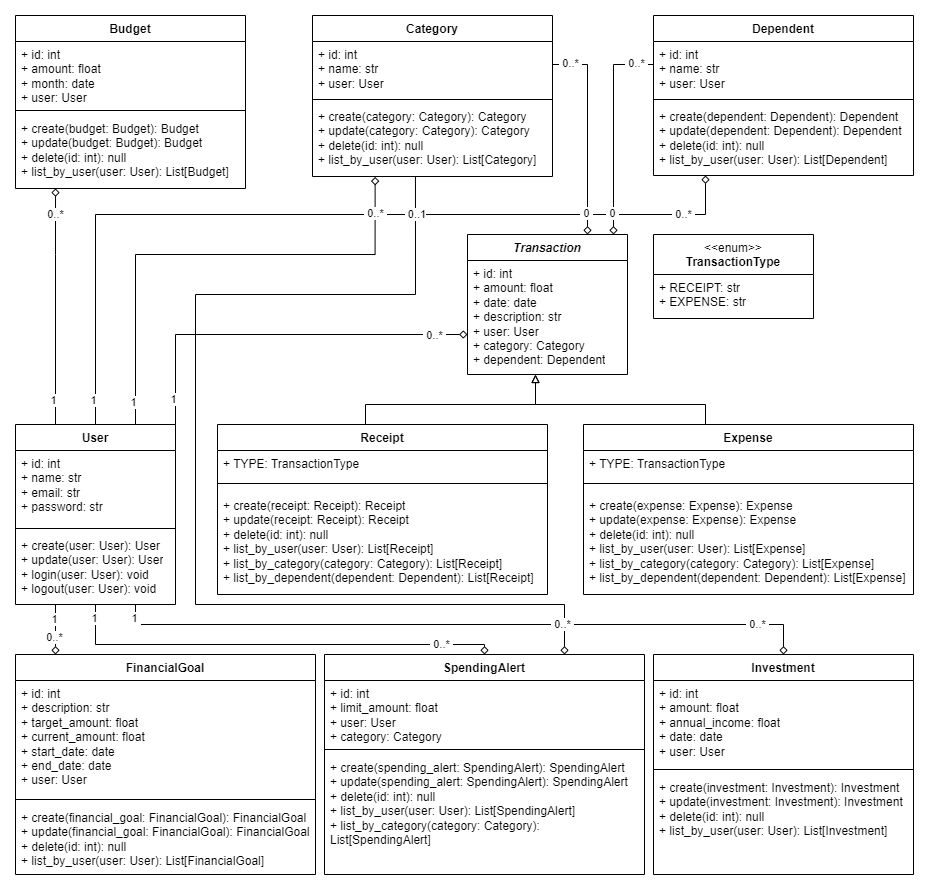
Above: docs/DomainClassDiagram.drawio.png in rafael-lacerda/my-finance (draw.io), before the change. Source tidied: cells renumbered, new cells last; positions are measured from the earlier drawing's top-left corner, leaving out a move shared by most shapes.
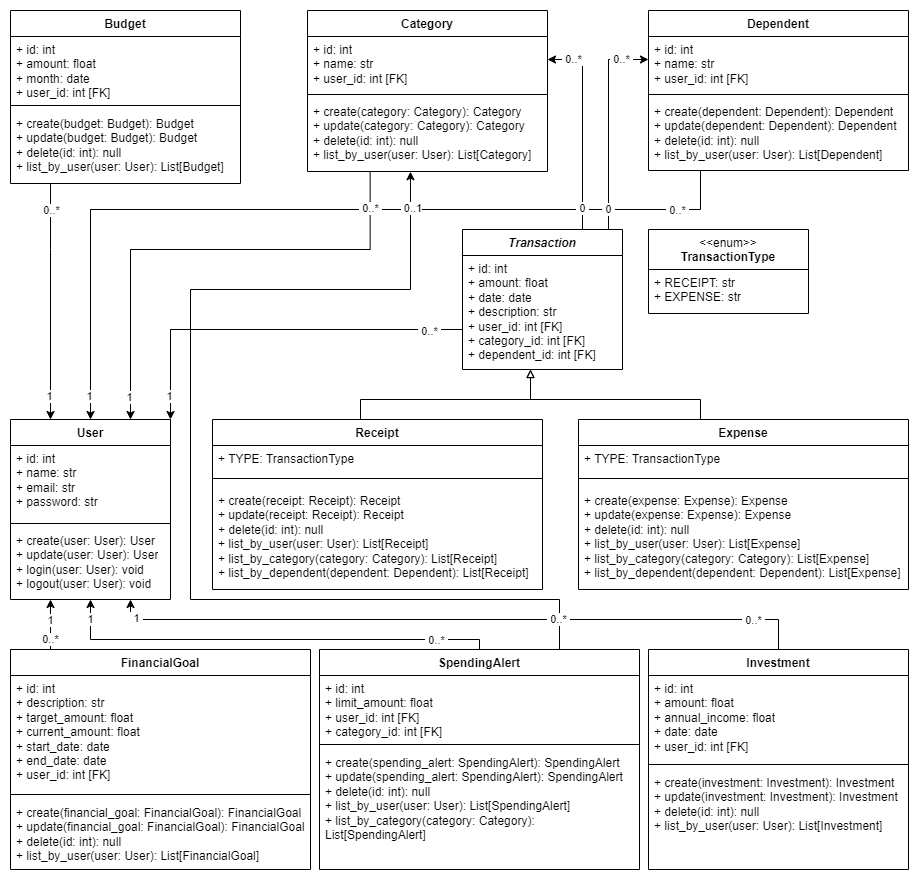
After the change.

The edit, as a diff of the source:
```diff
@@ -17,7 +17,7 @@
     <mxCell id="6" value="&lt;i&gt;Transaction&lt;/i&gt;" style="swimlane;fontStyle=1;align=center;verticalAlign=top;horizontal=1;startSize=26;whiteSpace=wrap;html=1;" parent="1" vertex="1">
       <mxGeometry x="452" y="219" width="160" height="140" as="geometry" />
     </mxCell>
-    <mxCell id="7" value="+ id: int&lt;br&gt;+ amount: float&lt;br&gt;+ date: date&lt;br&gt;+ description: str&lt;br&gt;+ user: User&lt;br&gt;+ category: Category&lt;br&gt;+ dependent: Dependent" style="text;strokeColor=none;fillColor=none;align=left;verticalAlign=top;spacingLeft=4;spacingRight=4;overflow=hidden;points=[[0,0.5],[1,0.5]];portConstraint=eastwest;whiteSpace=wrap;html=1;" parent="6" vertex="1">
+    <mxCell id="7" value="+ id: int&lt;br&gt;+ amount: float&lt;br&gt;+ date: date&lt;br&gt;+ description: str&lt;br&gt;+ user_id: int [FK]&lt;br&gt;+ category_id: int [FK]&lt;br&gt;+ dependent_id: int [FK]" style="text;strokeColor=none;fillColor=none;align=left;verticalAlign=top;spacingLeft=4;spacingRight=4;overflow=hidden;points=[[0,0.5],[1,0.5]];portConstraint=eastwest;whiteSpace=wrap;html=1;" parent="6" vertex="1">
       <mxGeometry y="26" width="160" height="114" as="geometry" />
     </mxCell>
     <mxCell id="8" style="edgeStyle=orthogonalEdgeStyle;rounded=0;jettySize=auto;html=1;endArrow=block;endFill=0;" parent="1" edge="1" source="9">
@@ -69,7 +69,7 @@
     <mxCell id="19" value="+ create(expense: Expense): Expense&lt;br&gt;+ update(expense: Expense): Expense&lt;br&gt;+ delete(id: int): null&lt;br&gt;+ list_by_user(user: User): List[Expense]&lt;br&gt;+ list_by_category(category: Category): List[Expense]&lt;br&gt;+ list_by_dependent(dependent: Dependent): List[Expense]" style="text;strokeColor=none;fillColor=none;align=left;verticalAlign=top;spacingLeft=4;spacingRight=4;overflow=hidden;whiteSpace=wrap;html=1;" parent="16" vertex="1">
       <mxGeometry y="68" width="330" height="102" as="geometry" />
     </mxCell>
-    <mxCell id="20" style="edgeStyle=orthogonalEdgeStyle;rounded=0;jettySize=auto;html=1;endArrow=diamond;endFill=0;exitX=0.5;exitY=0;exitDx=0;exitDy=0;" parent="1" edge="1" source="2" target="42">
+    <mxCell id="20" style="edgeStyle=orthogonalEdgeStyle;rounded=0;jettySize=auto;html=1;endArrow=none;endFill=0;exitX=0.5;exitY=0;exitDx=0;exitDy=0;startArrow=classic;startFill=1;" parent="1" edge="1" source="2" target="42">
       <mxGeometry relative="1" as="geometry">
         <Array as="points">
           <mxPoint x="80" y="199" />
@@ -87,7 +87,7 @@
         <mxPoint x="3" y="-3" as="offset" />
       </mxGeometry>
     </mxCell>
-    <mxCell id="23" style="edgeStyle=orthogonalEdgeStyle;rounded=0;jettySize=auto;html=1;endArrow=diamond;endFill=0;entryX=0.75;entryY=0;entryDx=0;entryDy=0;exitX=1;exitY=0.446;exitDx=0;exitDy=0;exitPerimeter=0;" parent="1" edge="1" source="27" target="6">
+    <mxCell id="23" style="edgeStyle=orthogonalEdgeStyle;rounded=0;jettySize=auto;html=1;endArrow=none;endFill=0;entryX=0.75;entryY=0;entryDx=0;entryDy=0;startArrow=classic;startFill=1;" parent="1" edge="1" source="27" target="6">
       <mxGeometry relative="1" as="geometry">
         <Array as="points">
           <mxPoint x="572" y="49" />
@@ -96,7 +96,7 @@
     </mxCell>
     <mxCell id="24" value="&amp;nbsp;0..*&amp;nbsp;" style="edgeLabel;html=1;align=center;verticalAlign=middle;" parent="23" vertex="1">
       <mxGeometry x="-0.76" relative="1" as="geometry">
-        <mxPoint x="-5" y="-1" as="offset" />
+        <mxPoint y="-1" as="offset" />
       </mxGeometry>
     </mxCell>
     <mxCell id="25" value="&amp;nbsp;0&amp;nbsp;" style="edgeLabel;html=1;align=center;verticalAlign=middle;" parent="23" vertex="1">
@@ -107,7 +107,7 @@
     <mxCell id="26" value="Category" style="swimlane;fontStyle=1;align=center;verticalAlign=top;horizontal=1;startSize=26;whiteSpace=wrap;html=1;" parent="1" vertex="1">
       <mxGeometry x="297" width="240" height="161" as="geometry" />
     </mxCell>
-    <mxCell id="27" value="+ id: int&lt;br&gt;+ name: str&lt;br&gt;+ user: User" style="text;strokeColor=none;fillColor=none;align=left;verticalAlign=top;spacingLeft=4;spacingRight=4;overflow=hidden;points=[[0,0.5],[1,0.5]];portConstraint=eastwest;whiteSpace=wrap;html=1;" parent="26" vertex="1">
+    <mxCell id="27" value="+ id: int&lt;br&gt;+ name: str&lt;br&gt;+ user_id: int [FK]" style="text;strokeColor=none;fillColor=none;align=left;verticalAlign=top;spacingLeft=4;spacingRight=4;overflow=hidden;points=[[0,0.5],[1,0.5]];portConstraint=eastwest;whiteSpace=wrap;html=1;" parent="26" vertex="1">
       <mxGeometry y="26" width="240" height="54" as="geometry" />
     </mxCell>
     <mxCell id="28" style="line;strokeWidth=1;fillColor=none;align=left;verticalAlign=middle;spacingTop=-1;spacingLeft=3;spacingRight=3;labelPosition=right;strokeColor=inherit;" parent="26" vertex="1">
@@ -116,7 +116,7 @@
     <mxCell id="29" value="+ create(category: Category): Category&lt;br&gt;+ update(category: Category): Category&lt;br&gt;+ delete(id: int): null&lt;br&gt;+ list_by_user(user: User): List[Category]" style="text;strokeColor=none;fillColor=none;align=left;verticalAlign=top;spacingLeft=4;spacingRight=4;overflow=hidden;points=[[0,0.5],[1,0.5]];portConstraint=eastwest;whiteSpace=wrap;html=1;" parent="26" vertex="1">
       <mxGeometry y="88" width="240" height="73" as="geometry" />
     </mxCell>
-    <mxCell id="30" style="edgeStyle=orthogonalEdgeStyle;rounded=0;jettySize=auto;html=1;endArrow=diamond;endFill=0;exitX=0.75;exitY=0;exitDx=0;exitDy=0;entryX=0.261;entryY=1.006;entryDx=0;entryDy=0;entryPerimeter=0;" parent="1" edge="1" source="2" target="29">
+    <mxCell id="30" style="edgeStyle=orthogonalEdgeStyle;rounded=0;jettySize=auto;html=1;endArrow=none;endFill=0;exitX=0.75;exitY=0;exitDx=0;exitDy=0;entryX=0.261;entryY=1.006;entryDx=0;entryDy=0;entryPerimeter=0;startArrow=classic;startFill=1;" parent="1" edge="1" source="2" target="29">
       <mxGeometry relative="1" as="geometry">
         <Array as="points">
           <mxPoint x="120" y="239" />
@@ -134,7 +134,7 @@
         <mxPoint x="-3" y="-1" as="offset" />
       </mxGeometry>
     </mxCell>
-    <mxCell id="33" style="edgeStyle=orthogonalEdgeStyle;rounded=0;jettySize=auto;html=1;endArrow=diamond;endFill=0;exitX=1;exitY=0;exitDx=0;exitDy=0;" parent="1" edge="1" source="2" target="7">
+    <mxCell id="33" style="edgeStyle=orthogonalEdgeStyle;rounded=0;jettySize=auto;html=1;endArrow=none;endFill=0;exitX=1;exitY=0;exitDx=0;exitDy=0;startArrow=classic;startFill=1;" parent="1" edge="1" source="2" target="7">
       <mxGeometry relative="1" as="geometry">
         <Array as="points">
           <mxPoint x="160" y="319" />
@@ -152,7 +152,7 @@
     <mxCell id="36" value="Dependent" style="swimlane;fontStyle=1;align=center;verticalAlign=top;horizontal=1;startSize=26;whiteSpace=wrap;html=1;" parent="1" vertex="1">
       <mxGeometry x="638" width="260" height="160" as="geometry" />
     </mxCell>
-    <mxCell id="37" style="edgeStyle=orthogonalEdgeStyle;rounded=0;jettySize=auto;html=1;endArrow=diamond;endFill=0;" parent="36" edge="1" source="40">
+    <mxCell id="37" style="edgeStyle=orthogonalEdgeStyle;rounded=0;jettySize=auto;html=1;endArrow=none;endFill=0;startArrow=classic;startFill=1;" parent="36" edge="1" source="40">
       <mxGeometry relative="1" as="geometry">
         <mxPoint x="-40" y="219" as="targetPoint" />
         <Array as="points">
@@ -162,7 +162,7 @@
     </mxCell>
     <mxCell id="38" value="&amp;nbsp;0..*&amp;nbsp;" style="edgeLabel;html=1;align=center;verticalAlign=middle;" parent="37" vertex="1">
       <mxGeometry x="-0.83" y="1" relative="1" as="geometry">
-        <mxPoint y="-2" as="offset" />
+        <mxPoint x="-10" y="-2" as="offset" />
       </mxGeometry>
     </mxCell>
     <mxCell id="39" value="&amp;nbsp;0&amp;nbsp;" style="edgeLabel;html=1;align=center;verticalAlign=middle;" parent="37" vertex="1">
@@ -170,7 +170,7 @@
         <mxPoint y="9" as="offset" />
       </mxGeometry>
     </mxCell>
-    <mxCell id="40" value="+ id: int&lt;br&gt;+ name: str&lt;br&gt;+ user: User" style="text;strokeColor=none;fillColor=none;align=left;verticalAlign=top;spacingLeft=4;spacingRight=4;overflow=hidden;points=[[0,0.5],[1,0.5]];portConstraint=eastwest;whiteSpace=wrap;html=1;" parent="36" vertex="1">
+    <mxCell id="40" value="+ id: int&lt;br&gt;+ name: str&lt;br&gt;+ user_id: int [FK]" style="text;strokeColor=none;fillColor=none;align=left;verticalAlign=top;spacingLeft=4;spacingRight=4;overflow=hidden;points=[[0,0.5],[1,0.5]];portConstraint=eastwest;whiteSpace=wrap;html=1;" parent="36" vertex="1">
       <mxGeometry y="26" width="260" height="54" as="geometry" />
     </mxCell>
     <mxCell id="41" style="line;strokeWidth=1;fillColor=none;align=left;verticalAlign=middle;spacingTop=-1;spacingLeft=3;spacingRight=3;labelPosition=right;strokeColor=inherit;" parent="36" vertex="1">
@@ -182,7 +182,7 @@
     <mxCell id="43" value="FinancialGoal" style="swimlane;fontStyle=1;align=center;verticalAlign=top;horizontal=1;startSize=26;whiteSpace=wrap;html=1;" parent="1" vertex="1">
       <mxGeometry y="639" width="300" height="220" as="geometry" />
     </mxCell>
-    <mxCell id="44" value="+ id: int&lt;br&gt;+ description: str&lt;br&gt;+ target_amount: float&lt;br&gt;+ current_amount: float&lt;br&gt;+ start_date: date&lt;br&gt;+ end_date: date&lt;br&gt;+ user: User" style="text;strokeColor=none;fillColor=none;align=left;verticalAlign=top;spacingLeft=4;spacingRight=4;overflow=hidden;whiteSpace=wrap;html=1;" parent="43" vertex="1">
+    <mxCell id="44" value="+ id: int&lt;br&gt;+ description: str&lt;br&gt;+ target_amount: float&lt;br&gt;+ current_amount: float&lt;br&gt;+ start_date: date&lt;br&gt;+ end_date: date&lt;br&gt;+ user_id: int [FK]" style="text;strokeColor=none;fillColor=none;align=left;verticalAlign=top;spacingLeft=4;spacingRight=4;overflow=hidden;whiteSpace=wrap;html=1;" parent="43" vertex="1">
       <mxGeometry y="26" width="300" height="114" as="geometry" />
     </mxCell>
     <mxCell id="45" style="line;strokeWidth=1;fillColor=none;align=left;verticalAlign=middle;spacingTop=-1;spacingLeft=3;spacingRight=3;labelPosition=right;strokeColor=inherit;" parent="43" vertex="1">
@@ -194,7 +194,7 @@
     <mxCell id="47" value="Budget" style="swimlane;fontStyle=1;align=center;verticalAlign=top;horizontal=1;startSize=26;whiteSpace=wrap;html=1;" parent="1" vertex="1">
       <mxGeometry width="230" height="173" as="geometry" />
     </mxCell>
-    <mxCell id="48" value="+ id: int&lt;br&gt;+ amount: float&lt;br&gt;+ month: date&lt;br&gt;+ user: User" style="text;strokeColor=none;fillColor=none;align=left;verticalAlign=top;spacingLeft=4;spacingRight=4;overflow=hidden;whiteSpace=wrap;html=1;" parent="47" vertex="1">
+    <mxCell id="48" value="+ id: int&lt;br&gt;+ amount: float&lt;br&gt;+ month: date&lt;br&gt;+ user_id: int [FK]" style="text;strokeColor=none;fillColor=none;align=left;verticalAlign=top;spacingLeft=4;spacingRight=4;overflow=hidden;whiteSpace=wrap;html=1;" parent="47" vertex="1">
       <mxGeometry y="26" width="230" height="64" as="geometry" />
     </mxCell>
     <mxCell id="49" style="line;strokeWidth=1;fillColor=none;align=left;verticalAlign=middle;spacingTop=-1;spacingLeft=3;spacingRight=3;labelPosition=right;strokeColor=inherit;" parent="47" vertex="1">
@@ -206,7 +206,7 @@
     <mxCell id="51" value="Investment" style="swimlane;fontStyle=1;align=center;verticalAlign=top;horizontal=1;startSize=26;whiteSpace=wrap;html=1;" parent="1" vertex="1">
       <mxGeometry x="638" y="639" width="260" height="220" as="geometry" />
     </mxCell>
-    <mxCell id="52" value="+ id: int&lt;br&gt;+ amount: float&lt;br&gt;+ annual_income: float&lt;br&gt;+ date: date&lt;br&gt;+ user: User" style="text;strokeColor=none;fillColor=none;align=left;verticalAlign=top;spacingLeft=4;spacingRight=4;overflow=hidden;whiteSpace=wrap;html=1;" parent="51" vertex="1">
+    <mxCell id="52" value="+ id: int&lt;br&gt;+ amount: float&lt;br&gt;+ annual_income: float&lt;br&gt;+ date: date&lt;br&gt;+ user_id: int [FK]" style="text;strokeColor=none;fillColor=none;align=left;verticalAlign=top;spacingLeft=4;spacingRight=4;overflow=hidden;whiteSpace=wrap;html=1;" parent="51" vertex="1">
       <mxGeometry y="26" width="260" height="84" as="geometry" />
     </mxCell>
     <mxCell id="53" style="line;strokeWidth=1;fillColor=none;align=left;verticalAlign=middle;spacingTop=-1;spacingLeft=3;spacingRight=3;labelPosition=right;strokeColor=inherit;" parent="51" vertex="1">
@@ -218,7 +218,7 @@
     <mxCell id="55" value="SpendingAlert" style="swimlane;fontStyle=1;align=center;verticalAlign=top;horizontal=1;startSize=26;whiteSpace=wrap;html=1;" parent="1" vertex="1">
       <mxGeometry x="309" y="639" width="320" height="220" as="geometry" />
     </mxCell>
-    <mxCell id="56" value="+ id: int&lt;br&gt;+ limit_amount: float&lt;br&gt;+ user: User&lt;br&gt;+ category: Category" style="text;strokeColor=none;fillColor=none;align=left;verticalAlign=top;spacingLeft=4;spacingRight=4;overflow=hidden;whiteSpace=wrap;html=1;" parent="55" vertex="1">
+    <mxCell id="56" value="+ id: int&lt;br&gt;+ limit_amount: float&lt;br&gt;+ user_id: int [FK]&lt;br&gt;+ category_id: int [FK]" style="text;strokeColor=none;fillColor=none;align=left;verticalAlign=top;spacingLeft=4;spacingRight=4;overflow=hidden;whiteSpace=wrap;html=1;" parent="55" vertex="1">
       <mxGeometry y="26" width="320" height="64" as="geometry" />
     </mxCell>
     <mxCell id="57" style="line;strokeWidth=1;fillColor=none;align=left;verticalAlign=middle;spacingTop=-1;spacingLeft=3;spacingRight=3;labelPosition=right;strokeColor=inherit;" parent="55" vertex="1">
@@ -227,7 +227,7 @@
     <mxCell id="58" value="+ create(spending_alert:&amp;nbsp;SpendingAlert):&amp;nbsp;SpendingAlert&lt;br&gt;+ update(spending_alert:&amp;nbsp;SpendingAlert):&amp;nbsp;SpendingAlert&lt;br&gt;+ delete(id: int): null&lt;br&gt;+ list_by_user(user: User): List[SpendingAlert]&lt;br&gt;+ list_by_category(category: Category): List[SpendingAlert]" style="text;strokeColor=none;fillColor=none;align=left;verticalAlign=top;spacingLeft=4;spacingRight=4;overflow=hidden;whiteSpace=wrap;html=1;" parent="55" vertex="1">
       <mxGeometry y="100" width="320" height="120" as="geometry" />
     </mxCell>
-    <mxCell id="59" style="edgeStyle=orthogonalEdgeStyle;rounded=0;jettySize=auto;html=1;entryX=0.174;entryY=0.999;entryDx=0;entryDy=0;entryPerimeter=0;endArrow=diamond;endFill=0;exitX=0.25;exitY=0;exitDx=0;exitDy=0;" parent="1" edge="1" source="2" target="50">
+    <mxCell id="59" style="edgeStyle=orthogonalEdgeStyle;rounded=0;jettySize=auto;html=1;entryX=0.174;entryY=0.999;entryDx=0;entryDy=0;entryPerimeter=0;endArrow=none;endFill=0;exitX=0.25;exitY=0;exitDx=0;exitDy=0;startArrow=classic;startFill=1;" parent="1" edge="1" source="2" target="50">
       <mxGeometry relative="1" as="geometry">
         <Array as="points">
           <mxPoint x="40" y="239" />
@@ -245,7 +245,7 @@
         <mxPoint x="-3" y="8" as="offset" />
       </mxGeometry>
     </mxCell>
-    <mxCell id="62" style="edgeStyle=orthogonalEdgeStyle;rounded=0;orthogonalLoop=1;jettySize=auto;html=1;endArrow=diamond;endFill=0;" parent="1" edge="1">
+    <mxCell id="62" style="edgeStyle=orthogonalEdgeStyle;rounded=0;orthogonalLoop=1;jettySize=auto;html=1;endArrow=none;endFill=0;startArrow=classic;startFill=1;" parent="1" edge="1">
       <mxGeometry relative="1" as="geometry">
         <mxPoint x="40" y="589" as="sourcePoint" />
         <mxPoint x="40" y="639" as="targetPoint" />
@@ -257,15 +257,15 @@
     </mxCell>
     <mxCell id="63" value="&amp;nbsp;1&amp;nbsp;" style="edgeLabel;html=1;align=center;verticalAlign=middle;" parent="62" vertex="1">
       <mxGeometry x="-0.88" y="2" relative="1" as="geometry">
-        <mxPoint x="-3" y="11" as="offset" />
+        <mxPoint x="-3" y="17" as="offset" />
       </mxGeometry>
     </mxCell>
     <mxCell id="64" value="&amp;nbsp;0..*&amp;nbsp;" style="edgeLabel;html=1;align=center;verticalAlign=middle;" parent="62" vertex="1">
       <mxGeometry x="0.82" y="-1" relative="1" as="geometry">
-        <mxPoint y="-13" as="offset" />
+        <mxPoint y="-6" as="offset" />
       </mxGeometry>
     </mxCell>
-    <mxCell id="65" style="edgeStyle=orthogonalEdgeStyle;rounded=0;jettySize=auto;html=1;entryX=0.5;entryY=0;entryDx=0;entryDy=0;endArrow=diamond;endFill=0;exitX=0.75;exitY=1;exitDx=0;exitDy=0;exitPerimeter=0;" parent="1" edge="1" source="5" target="51">
+    <mxCell id="65" style="edgeStyle=orthogonalEdgeStyle;rounded=0;jettySize=auto;html=1;entryX=0.5;entryY=0;entryDx=0;entryDy=0;endArrow=none;endFill=0;exitX=0.75;exitY=1;exitDx=0;exitDy=0;exitPerimeter=0;startArrow=classic;startFill=1;" parent="1" edge="1" source="5" target="51">
       <mxGeometry relative="1" as="geometry">
         <Array as="points">
           <mxPoint x="120" y="609" />
@@ -275,7 +275,7 @@
     </mxCell>
     <mxCell id="66" value="&amp;nbsp;1&amp;nbsp;" style="edgeLabel;html=1;align=center;verticalAlign=middle;" parent="65" vertex="1">
       <mxGeometry x="-0.91" y="1" relative="1" as="geometry">
-        <mxPoint x="-12" y="-5" as="offset" />
+        <mxPoint x="-7" y="-1" as="offset" />
       </mxGeometry>
     </mxCell>
     <mxCell id="67" value="&amp;nbsp;0..*&amp;nbsp;" style="edgeLabel;html=1;align=center;verticalAlign=middle;" parent="65" vertex="1">
@@ -283,7 +283,7 @@
         <mxPoint x="-3" y="-3" as="offset" />
       </mxGeometry>
     </mxCell>
-    <mxCell id="68" style="edgeStyle=orthogonalEdgeStyle;rounded=0;jettySize=auto;html=1;endArrow=none;endFill=0;exitX=0.75;exitY=0;exitDx=0;exitDy=0;startArrow=diamond;startFill=0;entryX=0.429;entryY=1.003;entryDx=0;entryDy=0;entryPerimeter=0;" parent="1" edge="1" source="55" target="29">
+    <mxCell id="68" style="edgeStyle=orthogonalEdgeStyle;rounded=0;jettySize=auto;html=1;endArrow=classic;endFill=1;exitX=0.75;exitY=0;exitDx=0;exitDy=0;startArrow=none;startFill=0;entryX=0.429;entryY=1.003;entryDx=0;entryDy=0;entryPerimeter=0;" parent="1" edge="1" source="55" target="29">
       <mxGeometry relative="1" as="geometry">
         <Array as="points">
           <mxPoint x="549" y="589" />
@@ -303,7 +303,7 @@
         <mxPoint x="-3" y="-44" as="offset" />
       </mxGeometry>
     </mxCell>
-    <mxCell id="71" style="edgeStyle=orthogonalEdgeStyle;rounded=0;jettySize=auto;html=1;entryX=0.5;entryY=0;entryDx=0;entryDy=0;endArrow=diamond;endFill=0;" parent="1" edge="1" target="55">
+    <mxCell id="71" style="edgeStyle=orthogonalEdgeStyle;rounded=0;jettySize=auto;html=1;entryX=0.5;entryY=0;entryDx=0;entryDy=0;endArrow=none;endFill=0;startArrow=classic;startFill=1;" parent="1" edge="1" target="55">
       <mxGeometry relative="1" as="geometry">
         <mxPoint x="80" y="589" as="sourcePoint" />
         <Array as="points">
@@ -315,7 +315,7 @@
     </mxCell>
     <mxCell id="72" value="&amp;nbsp;1&amp;nbsp;" style="edgeLabel;html=1;align=center;verticalAlign=middle;" parent="71" vertex="1">
       <mxGeometry x="-0.91" y="1" relative="1" as="geometry">
-        <mxPoint x="-2" y="-6" as="offset" />
+        <mxPoint x="-2" y="-1" as="offset" />
       </mxGeometry>
     </mxCell>
     <mxCell id="73" value="&amp;nbsp;0..*&amp;nbsp;" style="edgeLabel;html=1;align=center;verticalAlign=middle;" parent="71" vertex="1">
```
